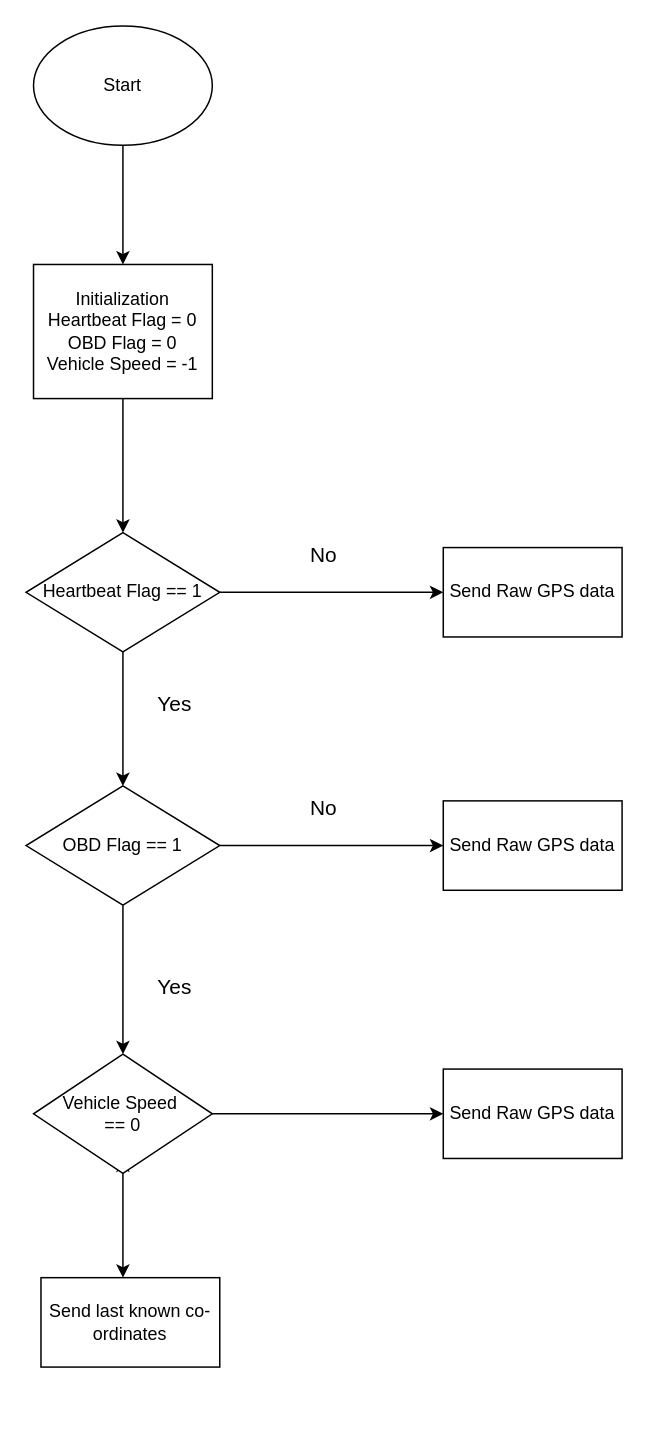
The draw.io diagram Untitled Diagram.drawio in narangmayank/draw-io, before the edit. Source tidied: cells renumbered, new cells numbered last; positions are measured from the earlier drawing's top-left corner, leaving out a move shared by most shapes. Both pictures are drawn from the tidied source at 149%, with x=0, y=0 at pixel (25, 25).
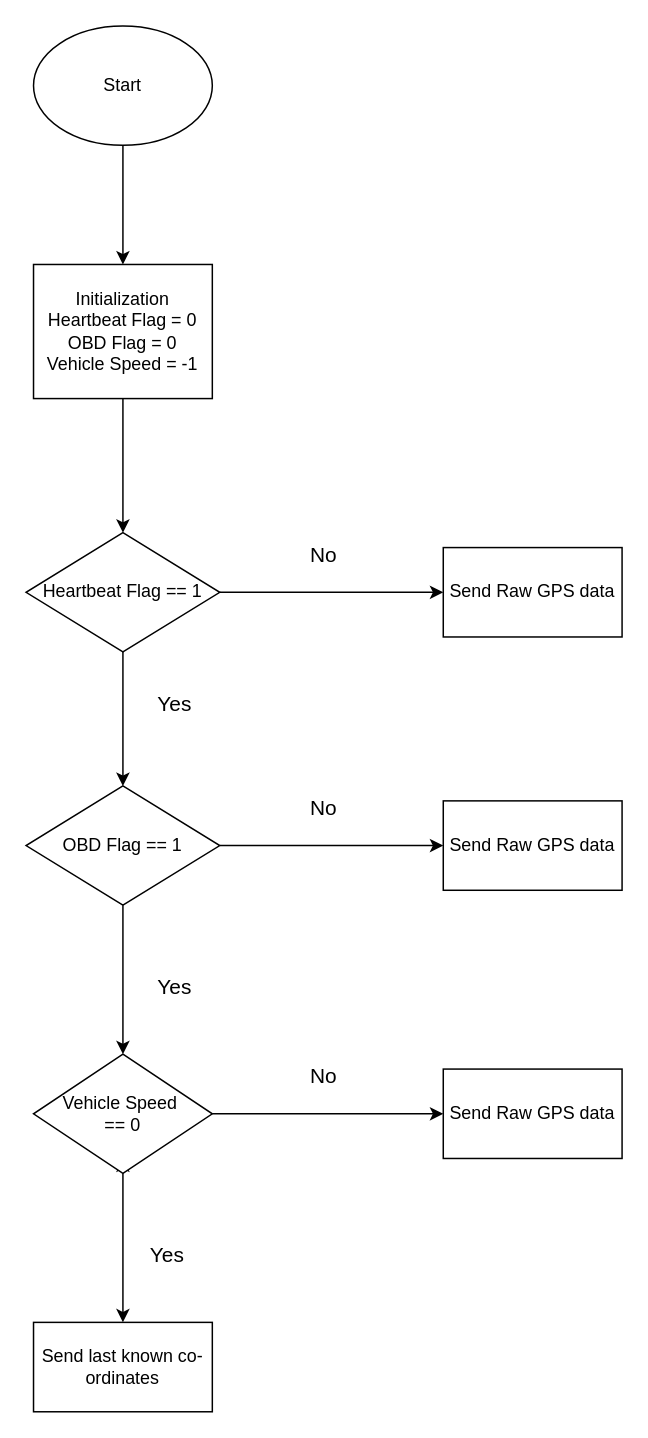
The same diagram, later.

The change refers to these unchanged cells:
```xml
<mxCell id="12" value="Vehicle Speed&amp;nbsp;&lt;div&gt;== 0&lt;/div&gt;" style="rhombus;whiteSpace=wrap;html=1;" parent="1" vertex="1">
  <mxGeometry x="5" y="690" width="120" height="80" as="geometry" />
</mxCell>
```

The edit, as a diff of the source:
```diff
@@
     <mxCell id="9" value="Send last known co-ordinates" style="rounded=0;whiteSpace=wrap;html=1;" parent="1" vertex="1">
-      <mxGeometry x="10" y="840" width="120" height="60" as="geometry" />
+      <mxGeometry x="5" y="870" width="120" height="60" as="geometry" />
     </mxCell>
@@
-    <mxCell id="17" style="edgeStyle=orthogonalEdgeStyle;rounded=0;jettySize=auto;html=1;exitX=0.5;exitY=1;exitDx=0;exitDy=0;" parent="1" edge="1" source="12">
-      <mxGeometry relative="1" as="geometry">
-        <mxPoint x="65" y="840" as="targetPoint" />
-      </mxGeometry>
+    <mxCell id="17" style="edgeStyle=orthogonalEdgeStyle;rounded=0;jettySize=auto;html=1;exitX=0.5;exitY=1;exitDx=0;exitDy=0;entryX=0.5;entryY=0;entryDx=0;entryDy=0;" parent="1" edge="1" source="12" target="9">
+      <mxGeometry relative="1" as="geometry" />
     </mxCell>
@@
+    <mxCell id="24" value="Yes" style="text;html=1;align=center;verticalAlign=middle;whiteSpace=wrap;rounded=0;fontSize=14;" parent="1" vertex="1">
+      <mxGeometry x="65" y="800" width="60" height="50" as="geometry" />
+    </mxCell>
+    <mxCell id="25" value="No" style="text;html=1;align=center;verticalAlign=middle;whiteSpace=wrap;rounded=0;fontSize=14;" parent="1" vertex="1">
+      <mxGeometry x="170" y="680" width="60" height="50" as="geometry" />
+    </mxCell>
```
